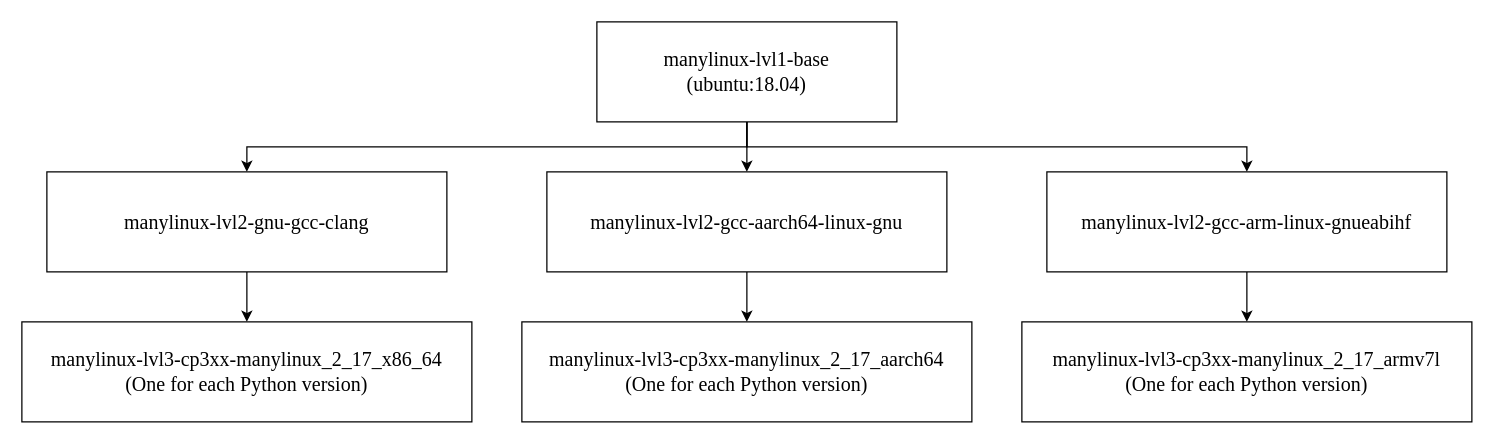
This is page "manylinux-part1" (2 of 5) of images/Docker_layer_graph.drawio from andreslilloortiz/pookie, a draw.io file, before an edit. Source tidied: cells renumbered, new cells numbered last; positions are measured from the earlier drawing's top-left corner, leaving out a move shared by most shapes. Both pictures are drawn from the tidied source at 125%, with x=0, y=0 at pixel (21, 21).
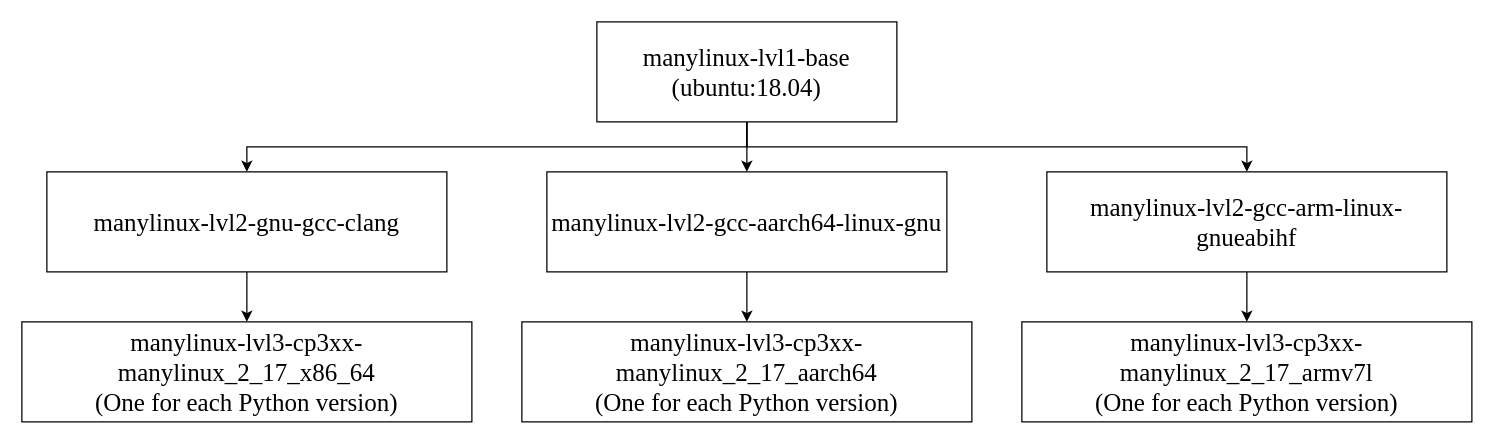
After the change.

What changed in the source:
```diff
@@
 <mxGraphModel>
   <root>
     <mxCell id="0" />
     <mxCell id="1" parent="0" />
-    <mxCell id="2" style="edgeStyle=orthogonalEdgeStyle;rounded=0;jettySize=auto;html=1;exitX=0.5;exitY=1;exitDx=0;exitDy=0;entryX=0.5;entryY=0;entryDx=0;entryDy=0;fontSize=16;fontColor=default;fontFamily=Times New Roman;" parent="1" edge="1" source="3" target="5">
+    <mxCell id="2" style="edgeStyle=orthogonalEdgeStyle;rounded=0;jettySize=auto;html=1;exitX=0.5;exitY=1;exitDx=0;exitDy=0;entryX=0.5;entryY=0;entryDx=0;entryDy=0;fontSize=20;fontColor=default;fontFamily=Times New Roman;" parent="1" edge="1" source="3" target="5">
       <mxGeometry relative="1" as="geometry" />
     </mxCell>
-    <mxCell id="3" value="&lt;font&gt;manylinux-lvl1-base&lt;/font&gt;&lt;div&gt;&lt;font&gt;(ubuntu:18.04)&lt;/font&gt;&lt;/div&gt;" style="rounded=0;whiteSpace=wrap;html=1;fontSize=16;gradientColor=none;fillColor=default;strokeColor=default;fontFamily=Times New Roman;" parent="1" vertex="1">
+    <mxCell id="3" value="&lt;font&gt;manylinux-lvl1-base&lt;/font&gt;&lt;div&gt;&lt;font&gt;(ubuntu:18.04)&lt;/font&gt;&lt;/div&gt;" style="rounded=0;whiteSpace=wrap;html=1;fontSize=20;gradientColor=none;fillColor=default;strokeColor=default;fontFamily=Times New Roman;" parent="1" vertex="1">
       <mxGeometry x="460" width="240" height="80" as="geometry" />
     </mxCell>
-    <mxCell id="4" style="edgeStyle=orthogonalEdgeStyle;rounded=0;jettySize=auto;html=1;exitX=0.5;exitY=1;exitDx=0;exitDy=0;entryX=0.5;entryY=0;entryDx=0;entryDy=0;fontSize=16;fontColor=default;fontFamily=Times New Roman;" parent="1" edge="1" source="5" target="6">
+    <mxCell id="4" style="edgeStyle=orthogonalEdgeStyle;rounded=0;jettySize=auto;html=1;exitX=0.5;exitY=1;exitDx=0;exitDy=0;entryX=0.5;entryY=0;entryDx=0;entryDy=0;fontSize=20;fontColor=default;fontFamily=Times New Roman;" parent="1" edge="1" source="5" target="6">
       <mxGeometry relative="1" as="geometry" />
     </mxCell>
-    <mxCell id="5" value="&lt;font&gt;manylinux-lvl2-gnu-gcc-clang&lt;/font&gt;" style="rounded=0;whiteSpace=wrap;html=1;strokeColor=default;fontSize=16;fontColor=default;fontFamily=Times New Roman;" parent="1" vertex="1">
+    <mxCell id="5" value="&lt;font&gt;manylinux-lvl2-gnu-gcc-clang&lt;/font&gt;" style="rounded=0;whiteSpace=wrap;html=1;strokeColor=default;fontSize=20;fontColor=default;fontFamily=Times New Roman;" parent="1" vertex="1">
       <mxGeometry x="20" y="120" width="320" height="80" as="geometry" />
     </mxCell>
-    <mxCell id="6" value="&lt;font&gt;manylinux-&lt;span style=&quot;&quot;&gt;lvl3&lt;/span&gt;-&lt;span style=&quot;&quot;&gt;cp3xx-manylinux_2_17_x86_64&lt;/span&gt;&lt;br&gt;(One for each Python version)&lt;/font&gt;" style="rounded=0;whiteSpace=wrap;html=1;strokeColor=default;fontSize=16;fontColor=default;fontFamily=Times New Roman;" parent="1" vertex="1">
+    <mxCell id="6" value="&lt;font&gt;manylinux-&lt;span&gt;lvl3&lt;/span&gt;-&lt;span&gt;cp3xx-manylinux_2_17_x86_64&lt;/span&gt;&lt;br&gt;(One for each Python version)&lt;/font&gt;" style="rounded=0;whiteSpace=wrap;html=1;strokeColor=default;fontSize=20;fontColor=default;fontFamily=Times New Roman;" parent="1" vertex="1">
       <mxGeometry y="240" width="360" height="80" as="geometry" />
     </mxCell>
-    <mxCell id="7" value="&lt;font&gt;manylinux-lvl2-gcc-aarch64-linux-gnu&lt;/font&gt;" style="rounded=0;whiteSpace=wrap;html=1;strokeColor=default;fontSize=16;fontColor=default;fontFamily=Times New Roman;" parent="1" vertex="1">
+    <mxCell id="7" value="&lt;font&gt;manylinux-lvl2-gcc-aarch64-linux-gnu&lt;/font&gt;" style="rounded=0;whiteSpace=wrap;html=1;strokeColor=default;fontSize=20;fontColor=default;fontFamily=Times New Roman;" parent="1" vertex="1">
       <mxGeometry x="420" y="120" width="320" height="80" as="geometry" />
     </mxCell>
-    <mxCell id="8" style="edgeStyle=orthogonalEdgeStyle;rounded=0;jettySize=auto;html=1;exitX=0.5;exitY=1;exitDx=0;exitDy=0;entryX=0.5;entryY=0;entryDx=0;entryDy=0;fontSize=16;fontColor=default;fontFamily=Times New Roman;" parent="1" edge="1" source="3" target="7">
+    <mxCell id="8" style="edgeStyle=orthogonalEdgeStyle;rounded=0;jettySize=auto;html=1;exitX=0.5;exitY=1;exitDx=0;exitDy=0;entryX=0.5;entryY=0;entryDx=0;entryDy=0;fontSize=20;fontColor=default;fontFamily=Times New Roman;" parent="1" edge="1" source="3" target="7">
       <mxGeometry relative="1" as="geometry" />
     </mxCell>
-    <mxCell id="9" value="&lt;font&gt;manylinux-&lt;span style=&quot;&quot;&gt;lvl3&lt;/span&gt;-&lt;span style=&quot;&quot;&gt;cp3xx-manylinux_2_17_aarch64&lt;/span&gt;&lt;/font&gt;&lt;div&gt;&lt;font&gt;(One for each Python version)&lt;/font&gt;&lt;/div&gt;" style="rounded=0;whiteSpace=wrap;html=1;strokeColor=default;fontSize=16;fontColor=default;fontFamily=Times New Roman;" parent="1" vertex="1">
+    <mxCell id="9" value="&lt;font&gt;manylinux-&lt;span&gt;lvl3&lt;/span&gt;-&lt;span&gt;cp3xx-manylinux_2_17_aarch64&lt;/span&gt;&lt;/font&gt;&lt;div&gt;&lt;font&gt;(One for each Python version)&lt;/font&gt;&lt;/div&gt;" style="rounded=0;whiteSpace=wrap;html=1;strokeColor=default;fontSize=20;fontColor=default;fontFamily=Times New Roman;" parent="1" vertex="1">
       <mxGeometry x="400" y="240" width="360" height="80" as="geometry" />
     </mxCell>
-    <mxCell id="10" style="edgeStyle=orthogonalEdgeStyle;rounded=0;jettySize=auto;html=1;exitX=0.5;exitY=1;exitDx=0;exitDy=0;entryX=0.5;entryY=0;entryDx=0;entryDy=0;fontSize=16;fontColor=default;fontFamily=Times New Roman;" parent="1" edge="1" source="7" target="9">
+    <mxCell id="10" style="edgeStyle=orthogonalEdgeStyle;rounded=0;jettySize=auto;html=1;exitX=0.5;exitY=1;exitDx=0;exitDy=0;entryX=0.5;entryY=0;entryDx=0;entryDy=0;fontSize=20;fontColor=default;fontFamily=Times New Roman;" parent="1" edge="1" source="7" target="9">
       <mxGeometry relative="1" as="geometry" />
     </mxCell>
-    <mxCell id="11" value="&lt;font&gt;manylinux-lvl2-gcc-arm-linux-gnueabihf&lt;/font&gt;" style="rounded=0;whiteSpace=wrap;html=1;strokeColor=default;fontSize=16;fontColor=default;fontFamily=Times New Roman;" parent="1" vertex="1">
+    <mxCell id="11" value="&lt;font&gt;manylinux-lvl2-gcc-arm-linux-gnueabihf&lt;/font&gt;" style="rounded=0;whiteSpace=wrap;html=1;strokeColor=default;fontSize=20;fontColor=default;fontFamily=Times New Roman;" parent="1" vertex="1">
       <mxGeometry x="820" y="120" width="320" height="80" as="geometry" />
     </mxCell>
-    <mxCell id="12" style="edgeStyle=orthogonalEdgeStyle;rounded=0;jettySize=auto;html=1;exitX=0.5;exitY=1;exitDx=0;exitDy=0;entryX=0.5;entryY=0;entryDx=0;entryDy=0;fontSize=16;fontColor=default;fontFamily=Times New Roman;" parent="1" edge="1" source="3" target="11">
+    <mxCell id="12" style="edgeStyle=orthogonalEdgeStyle;rounded=0;jettySize=auto;html=1;exitX=0.5;exitY=1;exitDx=0;exitDy=0;entryX=0.5;entryY=0;entryDx=0;entryDy=0;fontSize=20;fontColor=default;fontFamily=Times New Roman;" parent="1" edge="1" source="3" target="11">
       <mxGeometry relative="1" as="geometry" />
     </mxCell>
-    <mxCell id="13" value="&lt;font&gt;manylinux-&lt;span style=&quot;&quot;&gt;lvl3&lt;/span&gt;-&lt;span style=&quot;&quot;&gt;cp3xx-manylinux_2_17&lt;/span&gt;&lt;/font&gt;_armv7l&lt;div&gt;&lt;font&gt;(One for each Python version)&lt;/font&gt;&lt;/div&gt;" style="rounded=0;whiteSpace=wrap;html=1;strokeColor=default;fontSize=16;fontColor=default;fontFamily=Times New Roman;" parent="1" vertex="1">
+    <mxCell id="13" value="&lt;font&gt;manylinux-&lt;span&gt;lvl3&lt;/span&gt;-&lt;span&gt;cp3xx-manylinux_2_17&lt;/span&gt;&lt;/font&gt;_armv7l&lt;div&gt;&lt;font&gt;(One for each Python version)&lt;/font&gt;&lt;/div&gt;" style="rounded=0;whiteSpace=wrap;html=1;strokeColor=default;fontSize=20;fontColor=default;fontFamily=Times New Roman;" parent="1" vertex="1">
       <mxGeometry x="800" y="240" width="360" height="80" as="geometry" />
     </mxCell>
-    <mxCell id="14" style="edgeStyle=orthogonalEdgeStyle;rounded=0;jettySize=auto;html=1;exitX=0.5;exitY=1;exitDx=0;exitDy=0;entryX=0.5;entryY=0;entryDx=0;entryDy=0;fontSize=16;fontColor=default;fontFamily=Times New Roman;" parent="1" edge="1" source="11" target="13">
+    <mxCell id="14" style="edgeStyle=orthogonalEdgeStyle;rounded=0;jettySize=auto;html=1;exitX=0.5;exitY=1;exitDx=0;exitDy=0;entryX=0.5;entryY=0;entryDx=0;entryDy=0;fontSize=20;fontColor=default;fontFamily=Times New Roman;" parent="1" edge="1" source="11" target="13">
       <mxGeometry relative="1" as="geometry" />
     </mxCell>
   </root>
 </mxGraphModel>
```
